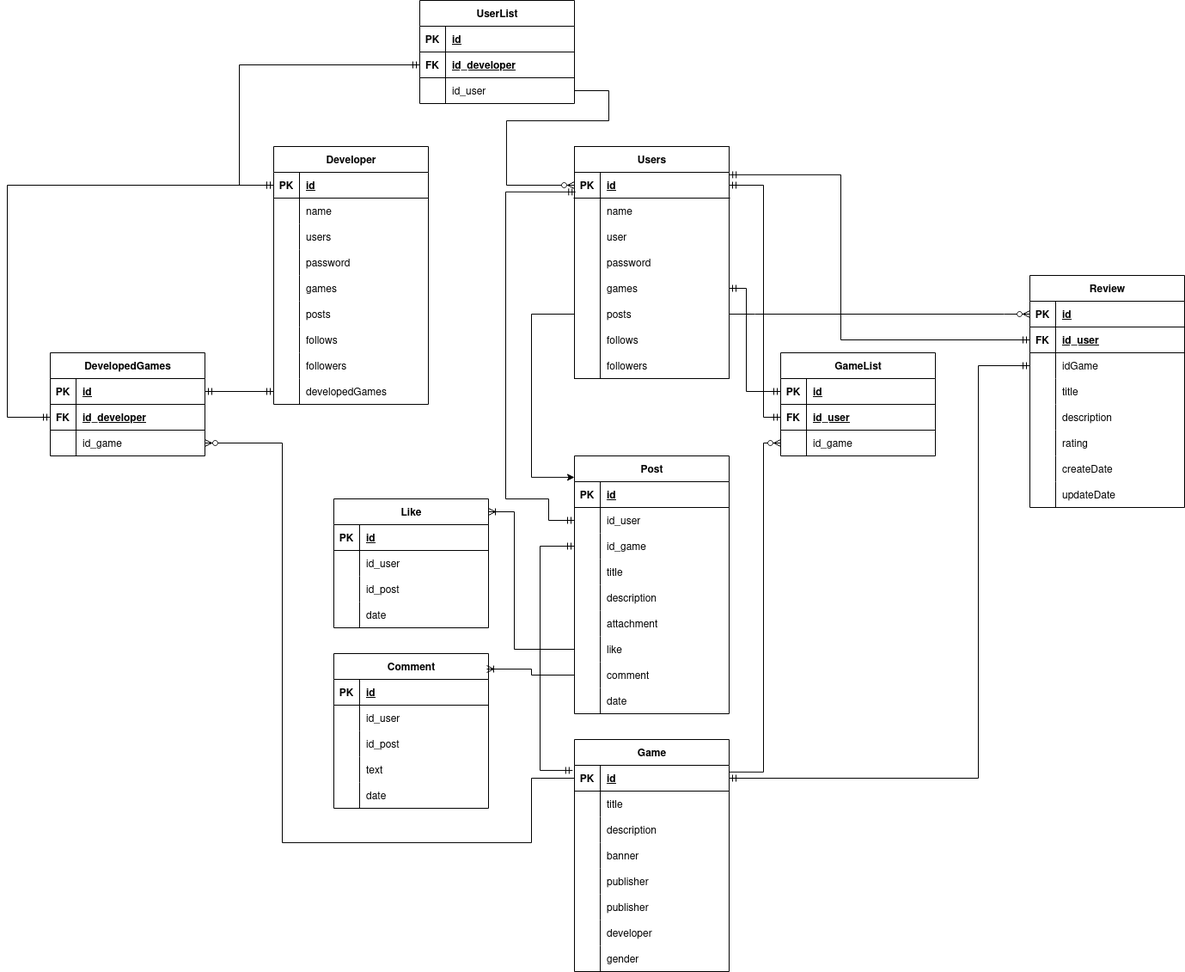
Before: docs/assets/er-diagram.drawio.png, a diagram exported from draw.io (ArepaConGofio/steamgram). Source tidied: cells renumbered, new cells last; positions are measured from the earlier drawing's top-left corner, leaving out a move shared by most shapes.
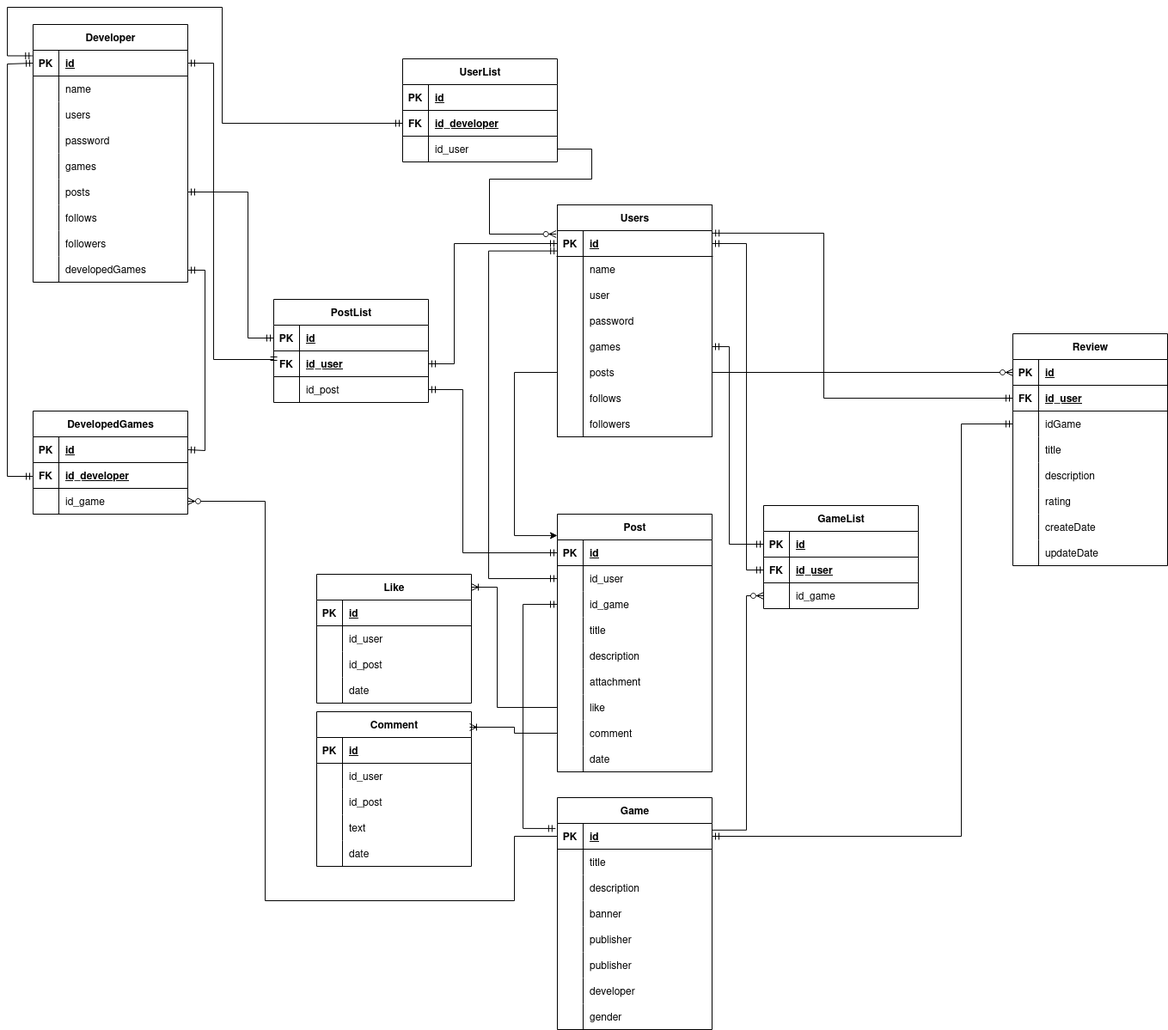
After the change.

Commit message:
update: added table postList

Change to the diagram source:
```diff
@@ -78,7 +78,7 @@
       <mxGeometry x="30" width="150" height="30" as="geometry" />
     </mxCell>
     <mxCell id="27" value="GameList" style="shape=table;startSize=30;rowLines=0;fontStyle=1;align=center;html=1;" parent="1" vertex="1">
-      <mxGeometry x="900" y="410" width="180" height="120" as="geometry" />
+      <mxGeometry x="900" y="520" width="180" height="120" as="geometry" />
     </mxCell>
     <mxCell id="28" style="shape=tableRow;horizontal=0;startSize=0;swimlaneHead=0;swimlaneBody=0;fillColor=none;points=[[0,0.5],[1,0.5]];portConstraint=eastwest;top=0;left=0;right=0;bottom=1;" parent="27" vertex="1">
       <mxGeometry y="30" width="180" height="30" as="geometry" />
@@ -278,7 +278,7 @@
       <mxGeometry relative="1" as="geometry">
         <Array as="points">
           <mxPoint x="880" y="898" />
-          <mxPoint x="880" y="515" />
+          <mxPoint x="880" y="625" />
         </Array>
       </mxGeometry>
     </mxCell>
@@ -357,11 +357,11 @@
     <mxCell id="116" value="updateDate" style="shape=partialRectangle;fillColor=none;top=0;left=0;bottom=0;right=0;align=left;spacingLeft=6;overflow=hidden;whiteSpace=wrap;html=1;" parent="114" vertex="1">
       <mxGeometry x="30" width="150" height="30" as="geometry" />
     </mxCell>
-    <mxCell id="117" style="edgeStyle=entityRelationEdgeStyle;fontSize=12;html=1;endArrow=ERzeroToMany;endFill=1;rounded=0;entryX=0;entryY=0.5;entryDx=0;entryDy=0;exitX=1;exitY=0.5;exitDx=0;exitDy=0;" parent="1" edge="1" source="18" target="93">
+    <mxCell id="117" style="edgeStyle=orthogonalEdgeStyle;fontSize=12;html=1;endArrow=ERzeroToMany;endFill=1;rounded=0;entryX=0;entryY=0.5;entryDx=0;entryDy=0;exitX=1;exitY=0.5;exitDx=0;exitDy=0;" parent="1" edge="1" source="18" target="93">
       <mxGeometry relative="1" as="geometry" />
     </mxCell>
     <mxCell id="118" value="Like" style="shape=table;startSize=30;rowLines=0;fontStyle=1;align=center;html=1;" parent="1" vertex="1">
-      <mxGeometry x="380" y="580" width="180" height="150" as="geometry" />
+      <mxGeometry x="380" y="600" width="180" height="150" as="geometry" />
     </mxCell>
     <mxCell id="119" style="shape=tableRow;horizontal=0;startSize=0;swimlaneHead=0;swimlaneBody=0;fillColor=none;top=0;left=0;right=0;bottom=1;" parent="118" vertex="1">
       <mxGeometry y="30" width="180" height="30" as="geometry" />
@@ -403,7 +403,7 @@
       <mxGeometry relative="1" as="geometry">
         <Array as="points">
           <mxPoint x="590" y="755" />
-          <mxPoint x="590" y="595" />
+          <mxPoint x="590" y="615" />
         </Array>
       </mxGeometry>
     </mxCell>
@@ -459,7 +459,7 @@
       <mxGeometry relative="1" as="geometry" />
     </mxCell>
     <mxCell id="149" value="Developer" style="shape=table;startSize=30;rowLines=0;fontStyle=1;align=center;html=1;" parent="1" vertex="1">
-      <mxGeometry x="310" y="170" width="180" height="300" as="geometry" />
+      <mxGeometry x="50" y="-40" width="180" height="300" as="geometry" />
     </mxCell>
     <mxCell id="150" style="shape=tableRow;horizontal=0;startSize=0;swimlaneHead=0;swimlaneBody=0;fillColor=none;points=[[0,0.5],[1,0.5]];portConstraint=eastwest;top=0;left=0;right=0;bottom=1;" parent="149" vertex="1">
       <mxGeometry y="30" width="180" height="30" as="geometry" />
@@ -576,7 +576,7 @@
       <mxGeometry relative="1" as="geometry">
         <Array as="points">
           <mxPoint x="880" y="215" />
-          <mxPoint x="880" y="485" />
+          <mxPoint x="880" y="595" />
         </Array>
       </mxGeometry>
     </mxCell>
@@ -584,25 +584,28 @@
       <mxGeometry relative="1" as="geometry">
         <Array as="points">
           <mxPoint x="860" y="335" />
-          <mxPoint x="860" y="455" />
+          <mxPoint x="860" y="565" />
         </Array>
       </mxGeometry>
     </mxCell>
-    <mxCell id="189" style="edgeStyle=orthogonalEdgeStyle;fontSize=12;html=1;endArrow=ERmandOne;startArrow=ERmandOne;rounded=0;exitX=0;exitY=0.5;exitDx=0;exitDy=0;entryX=0;entryY=0.5;entryDx=0;entryDy=0;" parent="1" edge="1" source="181" target="150">
+    <mxCell id="189" style="edgeStyle=orthogonalEdgeStyle;fontSize=12;html=1;endArrow=ERmandOne;startArrow=ERmandOne;rounded=0;exitX=0;exitY=0.5;exitDx=0;exitDy=0;entryX=-0.004;entryY=0.216;entryDx=0;entryDy=0;entryPerimeter=0;" parent="1" edge="1" source="181" target="150">
       <mxGeometry relative="1" as="geometry">
         <Array as="points">
           <mxPoint x="270" y="75" />
-          <mxPoint x="270" y="215" />
+          <mxPoint x="270" y="-60" />
+          <mxPoint x="20" y="-60" />
+          <mxPoint x="20" y="-4" />
         </Array>
       </mxGeometry>
     </mxCell>
-    <mxCell id="190" style="edgeStyle=orthogonalEdgeStyle;fontSize=12;html=1;endArrow=ERzeroToMany;endFill=1;rounded=0;exitX=1;exitY=0.5;exitDx=0;exitDy=0;entryX=0;entryY=0.5;entryDx=0;entryDy=0;" parent="1" edge="1" source="184" target="3">
+    <mxCell id="190" style="edgeStyle=orthogonalEdgeStyle;fontSize=12;html=1;endArrow=ERzeroToMany;endFill=1;rounded=0;exitX=1;exitY=0.5;exitDx=0;exitDy=0;entryX=-0.008;entryY=0.117;entryDx=0;entryDy=0;entryPerimeter=0;" parent="1" edge="1" source="184" target="3">
       <mxGeometry relative="1" as="geometry">
         <Array as="points">
           <mxPoint x="700" y="105" />
           <mxPoint x="700" y="140" />
           <mxPoint x="581" y="140" />
-          <mxPoint x="581" y="215" />
+          <mxPoint x="581" y="204" />
+          <mxPoint x="659" y="204" />
         </Array>
       </mxGeometry>
     </mxCell>
@@ -636,14 +639,21 @@
     <mxCell id="200" value="id_game" style="shape=partialRectangle;fillColor=none;top=0;left=0;bottom=0;right=0;align=left;spacingLeft=6;overflow=hidden;whiteSpace=wrap;html=1;" parent="198" vertex="1">
       <mxGeometry x="30" width="150" height="30" as="geometry" />
     </mxCell>
-    <mxCell id="201" style="edgeStyle=orthogonalEdgeStyle;fontSize=12;html=1;endArrow=ERmandOne;startArrow=ERmandOne;rounded=0;entryX=0;entryY=0.5;entryDx=0;entryDy=0;exitX=1;exitY=0.5;exitDx=0;exitDy=0;" parent="1" edge="1" source="192" target="174">
-      <mxGeometry relative="1" as="geometry" />
+    <mxCell id="201" style="edgeStyle=orthogonalEdgeStyle;fontSize=12;html=1;endArrow=ERmandOne;startArrow=ERmandOne;rounded=0;entryX=1;entryY=0.5;entryDx=0;entryDy=0;exitX=1;exitY=0.5;exitDx=0;exitDy=0;" parent="1" edge="1" source="192" target="174">
+      <mxGeometry relative="1" as="geometry">
+        <Array as="points">
+          <mxPoint x="250" y="456" />
+          <mxPoint x="250" y="246" />
+          <mxPoint x="230" y="246" />
+        </Array>
+      </mxGeometry>
     </mxCell>
     <mxCell id="202" style="edgeStyle=orthogonalEdgeStyle;fontSize=12;html=1;endArrow=ERmandOne;startArrow=ERmandOne;rounded=0;entryX=0;entryY=0.5;entryDx=0;entryDy=0;exitX=0;exitY=0.5;exitDx=0;exitDy=0;" parent="1" edge="1" source="150" target="195">
       <mxGeometry relative="1" as="geometry">
         <Array as="points">
-          <mxPoint y="215" />
-          <mxPoint y="485" />
+          <mxPoint x="20" y="6" />
+          <mxPoint x="20" y="486" />
+          <mxPoint x="50" y="486" />
         </Array>
       </mxGeometry>
     </mxCell>
@@ -673,13 +683,11 @@
         </Array>
       </mxGeometry>
     </mxCell>
-    <mxCell id="206" style="edgeStyle=orthogonalEdgeStyle;fontSize=12;html=1;endArrow=ERmandOne;startArrow=ERmandOne;rounded=0;exitX=0.007;exitY=0.761;exitDx=0;exitDy=0;entryX=0;entryY=0.5;entryDx=0;entryDy=0;exitPerimeter=0;" parent="1" edge="1" source="3" target="66">
+    <mxCell id="206" style="edgeStyle=orthogonalEdgeStyle;fontSize=12;html=1;endArrow=ERmandOne;startArrow=ERmandOne;rounded=0;entryX=0;entryY=0.5;entryDx=0;entryDy=0;exitX=0.001;exitY=0.787;exitDx=0;exitDy=0;exitPerimeter=0;" parent="1" edge="1" source="3" target="66">
       <mxGeometry relative="1" as="geometry">
         <Array as="points">
-          <mxPoint x="580" y="223" />
-          <mxPoint x="580" y="580" />
-          <mxPoint x="630" y="580" />
-          <mxPoint x="630" y="605" />
+          <mxPoint x="580" y="224" />
+          <mxPoint x="580" y="605" />
         </Array>
       </mxGeometry>
     </mxCell>
@@ -691,5 +699,68 @@
         </Array>
       </mxGeometry>
     </mxCell>
+    <mxCell id="208" value="PostList" style="shape=table;startSize=30;rowLines=0;fontStyle=1;align=center;html=1;" parent="1" vertex="1">
+      <mxGeometry x="330" y="280" width="180" height="120" as="geometry" />
+    </mxCell>
+    <mxCell id="209" style="shape=tableRow;horizontal=0;startSize=0;swimlaneHead=0;swimlaneBody=0;fillColor=none;points=[[0,0.5],[1,0.5]];portConstraint=eastwest;top=0;left=0;right=0;bottom=1;" parent="208" vertex="1">
+      <mxGeometry y="30" width="180" height="30" as="geometry" />
+    </mxCell>
+    <mxCell id="210" value="PK" style="shape=partialRectangle;fillColor=none;top=0;left=0;bottom=0;right=0;fontStyle=1;overflow=hidden;whiteSpace=wrap;html=1;" parent="209" vertex="1">
+      <mxGeometry width="30" height="30" as="geometry" />
+    </mxCell>
+    <mxCell id="211" value="id" style="shape=partialRectangle;fillColor=none;top=0;left=0;bottom=0;right=0;align=left;spacingLeft=6;fontStyle=5;overflow=hidden;whiteSpace=wrap;html=1;" parent="209" vertex="1">
+      <mxGeometry x="30" width="150" height="30" as="geometry" />
+    </mxCell>
+    <mxCell id="212" style="shape=tableRow;horizontal=0;startSize=0;swimlaneHead=0;swimlaneBody=0;fillColor=none;points=[[0,0.5],[1,0.5]];portConstraint=eastwest;top=0;left=0;right=0;bottom=1;" parent="208" vertex="1">
+      <mxGeometry y="60" width="180" height="30" as="geometry" />
+    </mxCell>
+    <mxCell id="213" value="FK" style="shape=partialRectangle;fillColor=none;top=0;left=0;bottom=0;right=0;fontStyle=1;overflow=hidden;whiteSpace=wrap;html=1;" parent="212" vertex="1">
+      <mxGeometry width="30" height="30" as="geometry" />
+    </mxCell>
+    <mxCell id="214" value="id_user" style="shape=partialRectangle;fillColor=none;top=0;left=0;bottom=0;right=0;align=left;spacingLeft=6;fontStyle=5;overflow=hidden;whiteSpace=wrap;html=1;" parent="212" vertex="1">
+      <mxGeometry x="30" width="150" height="30" as="geometry" />
+    </mxCell>
+    <mxCell id="215" style="shape=tableRow;horizontal=0;startSize=0;swimlaneHead=0;swimlaneBody=0;fillColor=none;points=[[0,0.5],[1,0.5]];portConstraint=eastwest;top=0;left=0;right=0;bottom=0;" parent="208" vertex="1">
+      <mxGeometry y="90" width="180" height="30" as="geometry" />
+    </mxCell>
+    <mxCell id="216" style="shape=partialRectangle;fillColor=none;top=0;left=0;bottom=0;right=0;overflow=hidden;whiteSpace=wrap;html=1;" parent="215" vertex="1">
+      <mxGeometry width="30" height="30" as="geometry" />
+    </mxCell>
+    <mxCell id="217" value="id_post" style="shape=partialRectangle;fillColor=none;top=0;left=0;bottom=0;right=0;align=left;spacingLeft=6;overflow=hidden;whiteSpace=wrap;html=1;" parent="215" vertex="1">
+      <mxGeometry x="30" width="150" height="30" as="geometry" />
+    </mxCell>
+    <mxCell id="218" style="edgeStyle=orthogonalEdgeStyle;fontSize=12;html=1;endArrow=ERmandOne;startArrow=ERmandOne;rounded=0;exitX=1;exitY=0.5;exitDx=0;exitDy=0;entryX=0;entryY=0.5;entryDx=0;entryDy=0;" parent="1" edge="1" source="212" target="3">
+      <mxGeometry relative="1" as="geometry">
+        <Array as="points">
+          <mxPoint x="540" y="355" />
+          <mxPoint x="540" y="215" />
+        </Array>
+      </mxGeometry>
+    </mxCell>
+    <mxCell id="219" style="edgeStyle=orthogonalEdgeStyle;fontSize=12;html=1;endArrow=ERmandOne;startArrow=ERmandOne;rounded=0;exitX=1;exitY=0.5;exitDx=0;exitDy=0;entryX=0;entryY=0.5;entryDx=0;entryDy=0;" parent="1" edge="1" source="215" target="63">
+      <mxGeometry relative="1" as="geometry">
+        <Array as="points">
+          <mxPoint x="550" y="385" />
+          <mxPoint x="550" y="575" />
+        </Array>
+      </mxGeometry>
+    </mxCell>
+    <mxCell id="220" style="edgeStyle=orthogonalEdgeStyle;fontSize=12;html=1;endArrow=ERmandOne;startArrow=ERmandOne;rounded=0;exitX=1;exitY=0.5;exitDx=0;exitDy=0;entryX=0;entryY=0.5;entryDx=0;entryDy=0;" parent="1" edge="1" source="165" target="209">
+      <mxGeometry relative="1" as="geometry">
+        <Array as="points">
+          <mxPoint x="300" y="155" />
+          <mxPoint x="300" y="325" />
+        </Array>
+      </mxGeometry>
+    </mxCell>
+    <mxCell id="221" style="edgeStyle=orthogonalEdgeStyle;fontSize=12;html=1;endArrow=ERmandOne;startArrow=ERmandOne;rounded=0;exitX=1;exitY=0.5;exitDx=0;exitDy=0;entryX=0;entryY=0.5;entryDx=0;entryDy=0;" parent="1" edge="1" source="150" target="212">
+      <mxGeometry relative="1" as="geometry">
+        <Array as="points">
+          <mxPoint x="260" y="5" />
+          <mxPoint x="260" y="350" />
+          <mxPoint x="330" y="350" />
+        </Array>
+      </mxGeometry>
+    </mxCell>
   </root>
 </mxGraphModel>
```
